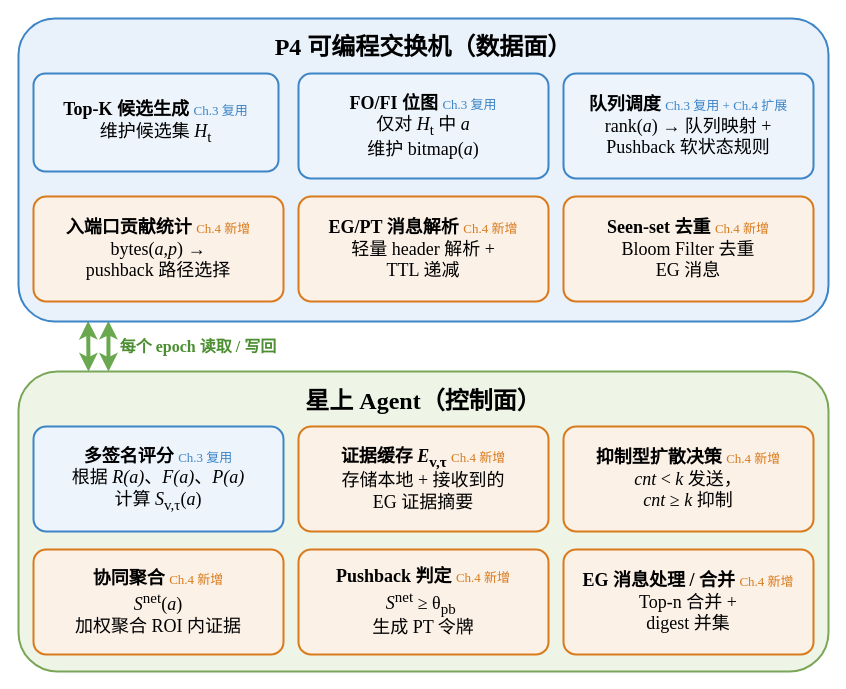
Above: figs/ch4/fig4_arch_node.drawio in KingCide/thesis-manuscript (draw.io), before the change. Source tidied: cells renumbered, new cells numbered last; positions are measured from the earlier drawing's top-left corner, leaving out a move shared by most shapes. Both pictures are drawn from the tidied source at 100%, with x=0, y=0 at pixel (18, 18).
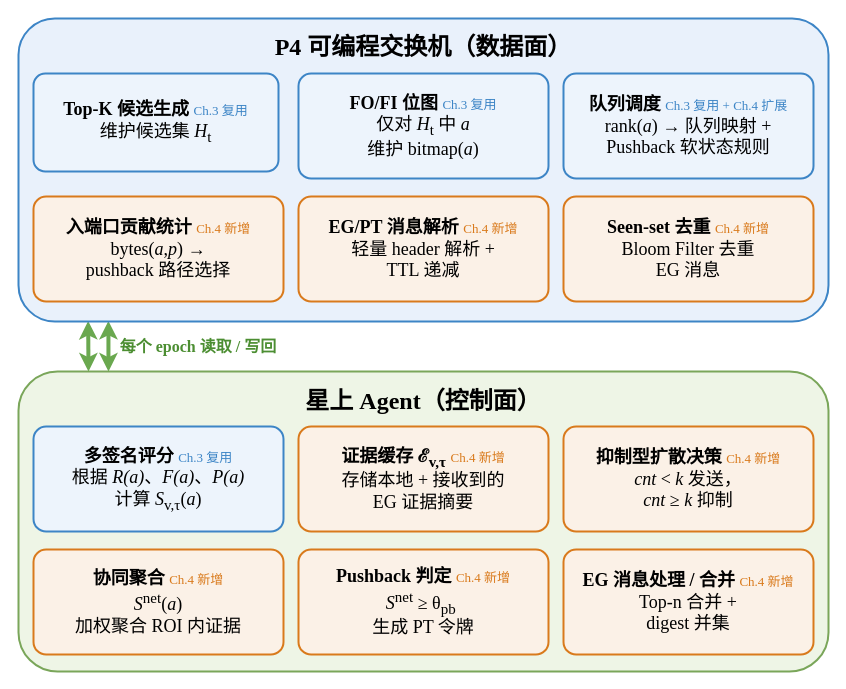
After the change.

The edit, as a diff of the source:
```diff
@@
-    <mxCell id="20" value="&lt;b&gt;证据缓存&amp;nbsp;&lt;i&gt;E&lt;/i&gt;&lt;sub&gt;v,τ&lt;/sub&gt;&lt;/b&gt;&amp;nbsp;&lt;span style=&quot;color: rgb(217, 122, 28); font-size: 13px;&quot;&gt;Ch.4 新增&lt;/span&gt;&lt;br&gt;存储本地 + 接收到的&lt;br&gt;EG 证据摘要" style="rounded=1;arcSize=12;whiteSpace=wrap;html=1;fillColor=#fbf1e7;strokeColor=#d97a1c;strokeWidth=2;fontSize=18;fontFamily=Times New Roman, Songti SC, SimSun;" parent="1" vertex="1">
+    <mxCell id="20" value="&lt;b&gt;证据缓存&amp;nbsp;ℰ&lt;sub&gt;v,τ&lt;/sub&gt;&lt;/b&gt;&amp;nbsp;&lt;span style=&quot;color: rgb(217, 122, 28); font-size: 13px;&quot;&gt;Ch.4 新增&lt;/span&gt;&lt;br&gt;存储本地 + 接收到的&lt;br&gt;EG 证据摘要" style="rounded=1;arcSize=12;whiteSpace=wrap;html=1;fillColor=#fbf1e7;strokeColor=#d97a1c;strokeWidth=2;fontSize=18;fontFamily=Times New Roman, Songti SC, SimSun;" parent="1" vertex="1">
       <mxGeometry x="280" y="408" width="250" height="105" as="geometry" />
     </mxCell>
```
